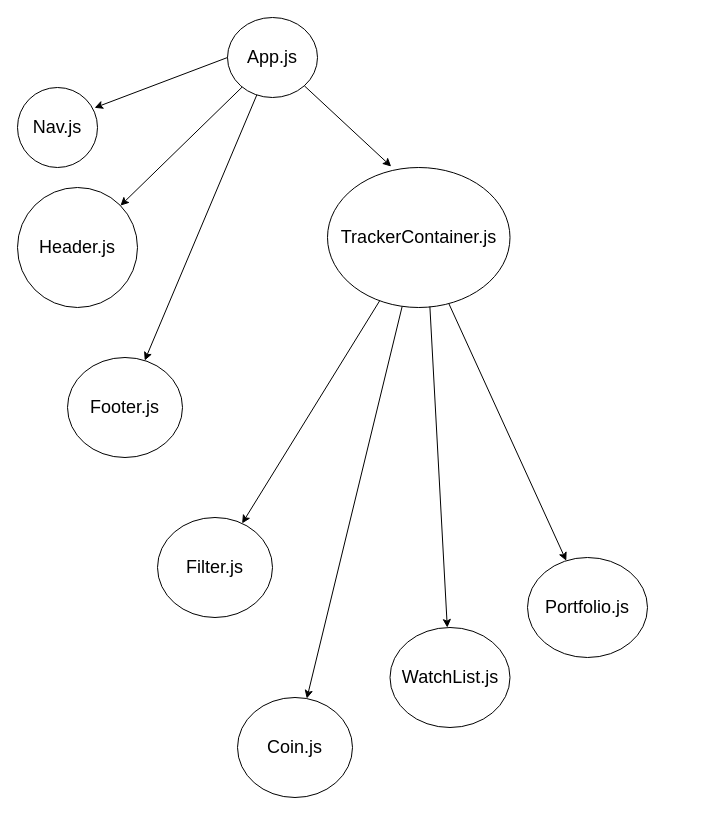
This is flowchart.drawio from mikestarrdev/unrekt-crypto-tracker, a draw.io file, before an edit. Source tidied: cells renumbered, new cells numbered last; positions are measured from the earlier drawing's top-left corner, leaving out a move shared by most shapes. Both pictures are drawn from the tidied source at 100%, with x=0, y=0 at pixel (17, 17).
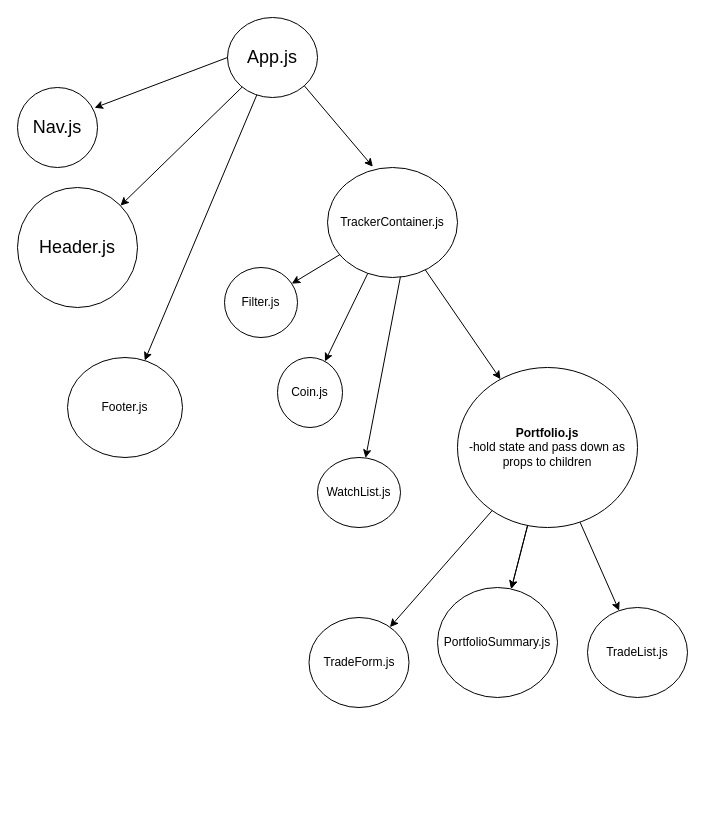
Above is the later version.

Commit message:
Updated flowchart for code refactoring of Portfolio.js

Diff of the diagram source:
```diff
@@
-    <mxCell id="9" value="&lt;font style=&quot;font-size: 18px&quot;&gt;TrackerContainer.js&lt;/font&gt;" style="ellipse;whiteSpace=wrap;html=1;" parent="1" vertex="1">
-      <mxGeometry x="310" y="150" width="182.5" height="140" as="geometry" />
+    <mxCell id="9" value="&lt;font style=&quot;font-size: 12px&quot;&gt;TrackerContainer.js&lt;/font&gt;" style="ellipse;whiteSpace=wrap;html=1;" parent="1" vertex="1">
+      <mxGeometry x="310" y="150" width="130" height="110" as="geometry" />
     </mxCell>
-    <mxCell id="10" value="&lt;font style=&quot;font-size: 18px&quot;&gt;WatchList.js&lt;/font&gt;" style="ellipse;whiteSpace=wrap;html=1;" parent="1" vertex="1">
-      <mxGeometry x="372.5" y="610" width="120" height="100" as="geometry" />
+    <mxCell id="10" value="&lt;font style=&quot;font-size: 12px&quot;&gt;WatchList.js&lt;/font&gt;" style="ellipse;whiteSpace=wrap;html=1;" parent="1" vertex="1">
+      <mxGeometry x="300" y="440" width="83" height="70" as="geometry" />
     </mxCell>
@@
-    <mxCell id="12" value="&lt;font style=&quot;font-size: 18px&quot;&gt;Filter.js&lt;/font&gt;" style="ellipse;whiteSpace=wrap;html=1;" parent="1" vertex="1">
-      <mxGeometry x="140" y="500" width="115" height="100" as="geometry" />
+    <mxCell id="12" value="&lt;font style=&quot;font-size: 12px&quot;&gt;Filter.js&lt;/font&gt;" style="ellipse;whiteSpace=wrap;html=1;" parent="1" vertex="1">
+      <mxGeometry x="207" y="250" width="73" height="70" as="geometry" />
     </mxCell>
-    <mxCell id="13" value="&lt;font style=&quot;font-size: 18px&quot;&gt;Coin.js&lt;/font&gt;" style="ellipse;whiteSpace=wrap;html=1;" parent="1" vertex="1">
-      <mxGeometry x="220" y="680" width="115" height="100" as="geometry" />
+    <mxCell id="13" value="&lt;font style=&quot;font-size: 12px&quot;&gt;Coin.js&lt;/font&gt;" style="ellipse;whiteSpace=wrap;html=1;" parent="1" vertex="1">
+      <mxGeometry x="260" y="340" width="65" height="70" as="geometry" />
     </mxCell>
-    <mxCell id="14" value="&lt;font style=&quot;font-size: 18px&quot;&gt;Footer.js&lt;/font&gt;" style="ellipse;whiteSpace=wrap;html=1;" parent="1" vertex="1">
+    <mxCell id="14" value="&lt;font style=&quot;font-size: 12px&quot;&gt;Footer.js&lt;/font&gt;" style="ellipse;whiteSpace=wrap;html=1;" parent="1" vertex="1">
       <mxGeometry x="50" y="340" width="115" height="100" as="geometry" />
     </mxCell>
+    <mxCell id="19" style="edgeStyle=none;html=1;fontSize=12;" parent="1" edge="1" source="15" target="23">
+      <mxGeometry relative="1" as="geometry" />
+    </mxCell>
+    <mxCell id="20" style="edgeStyle=none;html=1;fontSize=12;" parent="1" edge="1" source="15" target="24">
+      <mxGeometry relative="1" as="geometry" />
+    </mxCell>
+    <mxCell id="21" style="edgeStyle=none;html=1;fontSize=12;" parent="1" edge="1" source="15" target="24">
+      <mxGeometry relative="1" as="geometry" />
+    </mxCell>
+    <mxCell id="22" style="edgeStyle=none;html=1;fontSize=12;" parent="1" edge="1" source="15" target="25">
+      <mxGeometry relative="1" as="geometry" />
+    </mxCell>
-    <mxCell id="15" value="&lt;font style=&quot;font-size: 18px&quot;&gt;Portfolio.js&lt;/font&gt;" style="ellipse;whiteSpace=wrap;html=1;" parent="1" vertex="1">
-      <mxGeometry x="510" y="540" width="120" height="100" as="geometry" />
+    <mxCell id="15" value="&lt;font style=&quot;font-size: 12px&quot;&gt;&lt;b&gt;Portfolio.js&lt;/b&gt;&lt;br&gt;-hold state and pass down as props to children&lt;br&gt;&lt;/font&gt;" style="ellipse;whiteSpace=wrap;html=1;" parent="1" vertex="1">
+      <mxGeometry x="440" y="350" width="180" height="160" as="geometry" />
     </mxCell>
@@
+    <mxCell id="23" value="&lt;font style=&quot;font-size: 12px&quot;&gt;TradeForm.js&lt;/font&gt;" style="ellipse;whiteSpace=wrap;html=1;" parent="1" vertex="1">
+      <mxGeometry x="291.5" y="600" width="100" height="90" as="geometry" />
+    </mxCell>
+    <mxCell id="24" value="&lt;font style=&quot;font-size: 12px&quot;&gt;PortfolioSummary.js&lt;/font&gt;" style="ellipse;whiteSpace=wrap;html=1;" parent="1" vertex="1">
+      <mxGeometry x="420" y="570" width="120" height="110" as="geometry" />
+    </mxCell>
+    <mxCell id="25" value="&lt;font style=&quot;font-size: 12px&quot;&gt;TradeList.js&lt;/font&gt;" style="ellipse;whiteSpace=wrap;html=1;" parent="1" vertex="1">
+      <mxGeometry x="570" y="590" width="100" height="90" as="geometry" />
+    </mxCell>
```
